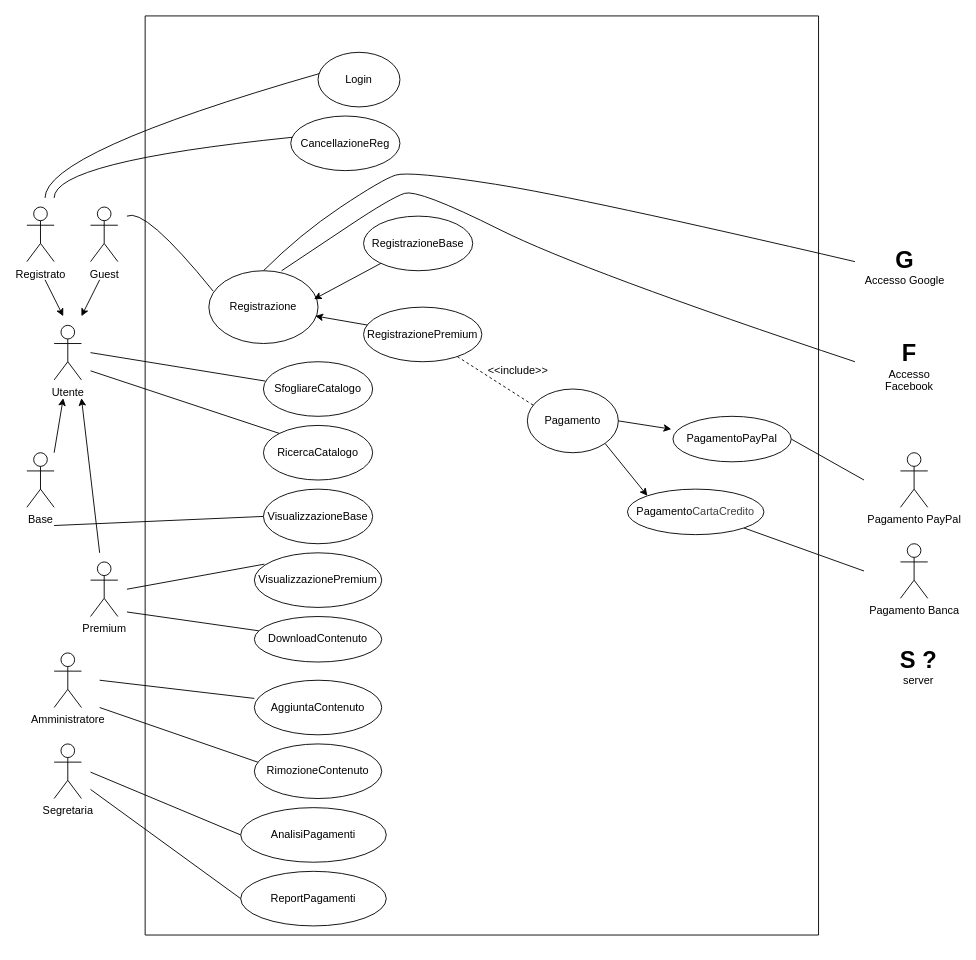
The draw.io diagram diagramma.drawio in NotUmberto/progetto_fis1, before the edit. Source tidied: cells renumbered, new cells numbered last; positions are measured from the earlier drawing's top-left corner, leaving out a move shared by most shapes. Both pictures are drawn from the tidied source at 91%, with x=0, y=0 at pixel (26, 15).
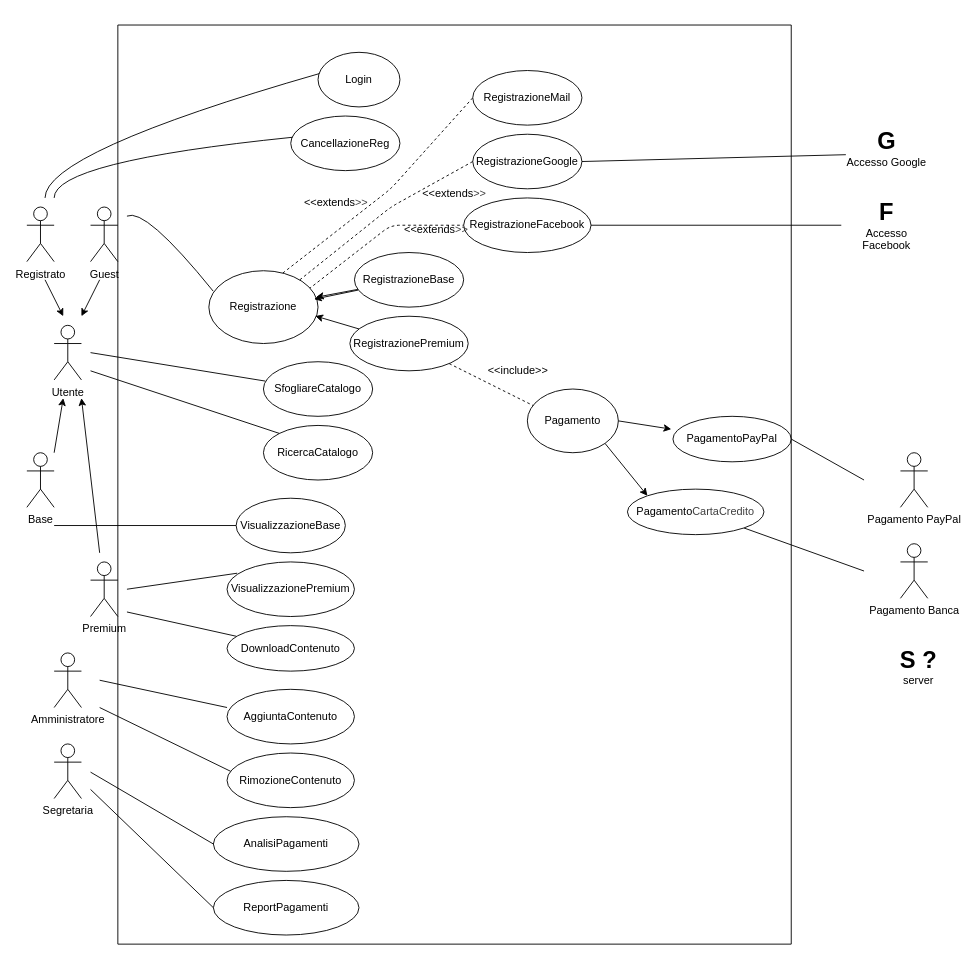
After the change.

Unchanged cells that the change refers to:
```xml
<mxCell id="15" value="Registrazione" style="ellipse;whiteSpace=wrap;html=1;shapeInside=1;" parent="1" vertex="1">
  <mxGeometry x="200" y="280" width="120" height="80" as="geometry" />
</mxCell>
```

Diff of the diagram source:
```diff
@@
+    <mxCell id="58" style="edgeStyle=none;html=1;exitX=0;exitY=0.5;exitDx=0;exitDy=0;endArrow=none;endFill=0;entryX=0.633;entryY=0.084;entryDx=0;entryDy=0;entryPerimeter=0;dashed=1;" parent="1" edge="1" source="60" target="15">
+      <mxGeometry relative="1" as="geometry">
+        <Array as="points">
+          <mxPoint x="400" y="190" />
+        </Array>
+      </mxGeometry>
+    </mxCell>
+    <mxCell id="59" style="edgeStyle=none;html=1;entryX=0;entryY=0.5;entryDx=0;entryDy=0;endArrow=none;endFill=0;dashed=1;" parent="1" edge="1" target="62">
+      <mxGeometry relative="1" as="geometry">
+        <mxPoint x="310" y="300" as="sourcePoint" />
+        <Array as="points">
+          <mxPoint x="400" y="230" />
+        </Array>
+      </mxGeometry>
+    </mxCell>
@@
-    <mxCell id="16" value="&lt;div&gt;RegistrazioneBase&lt;/div&gt;" style="ellipse;whiteSpace=wrap;html=1;shapeInside=1;" parent="1" vertex="1">
-      <mxGeometry x="370" y="220" width="120" height="60" as="geometry" />
-    </mxCell>
@@
-    <mxCell id="18" value="RegistrazionePremium" style="ellipse;whiteSpace=wrap;html=1;shapeInside=1;" parent="1" vertex="1">
-      <mxGeometry x="370" y="320" width="130" height="60" as="geometry" />
-    </mxCell>
@@
-    <mxCell id="21" style="curved=1;endArrow=none;html=1;endFill=0;exitX=0.5;exitY=0;exitDx=0;exitDy=0;" parent="1" edge="1" source="15">
-      <mxGeometry relative="1" as="geometry">
-        <mxPoint x="910" y="270" as="targetPoint" />
-        <Array as="points">
-          <mxPoint x="300" y="240" />
-          <mxPoint x="390" y="180" />
-          <mxPoint x="420" y="170" />
-          <mxPoint x="610" y="200" />
-        </Array>
-      </mxGeometry>
-    </mxCell>
-    <mxCell id="22" style="curved=1;endArrow=none;html=1;endFill=0;" parent="1" edge="1">
-      <mxGeometry relative="1" as="geometry">
-        <mxPoint x="280" y="280" as="sourcePoint" />
-        <mxPoint x="910" y="380" as="targetPoint" />
-        <Array as="points">
-          <mxPoint x="310" y="260" />
-          <mxPoint x="400" y="200" />
-          <mxPoint x="430" y="190" />
-          <mxPoint x="610" y="280" />
-        </Array>
-      </mxGeometry>
-    </mxCell>
@@
     <mxCell id="37" value="&lt;font style=&quot;font-size: 26px;&quot;&gt;&lt;b&gt;G&lt;/b&gt;&lt;/font&gt;&lt;div&gt;Accesso Google&lt;/div&gt;" style="text;html=1;whiteSpace=wrap;strokeColor=none;fillColor=none;align=center;verticalAlign=middle;rounded=0;" parent="1" vertex="1">
-      <mxGeometry x="920" y="260" width="90" height="30" as="geometry" />
+      <mxGeometry x="900" y="130" width="90" height="30" as="geometry" />
     </mxCell>
     <mxCell id="38" value="&lt;span style=&quot;font-size: 26px;&quot;&gt;&lt;b&gt;F&lt;/b&gt;&lt;/span&gt;&lt;br&gt;&lt;div&gt;Accesso Facebook&lt;/div&gt;" style="text;html=1;whiteSpace=wrap;strokeColor=none;fillColor=none;align=center;verticalAlign=middle;rounded=0;" parent="1" vertex="1">
-      <mxGeometry x="920" y="370" width="100" height="30" as="geometry" />
+      <mxGeometry x="895" y="215" width="100" height="30" as="geometry" />
     </mxCell>
@@
     <mxCell id="48" style="swimlane;startSize=0;" parent="1" vertex="1">
-      <mxGeometry x="130" width="740" height="1010" as="geometry" />
+      <mxGeometry x="100" y="10" width="740" height="1010" as="geometry" />
     </mxCell>
@@
+    <mxCell id="60" value="&lt;div&gt;RegistrazioneMail&lt;/div&gt;" style="ellipse;whiteSpace=wrap;html=1;shapeInside=1;" parent="48" vertex="1">
+      <mxGeometry x="390" y="50" width="120" height="60" as="geometry" />
+    </mxCell>
+    <mxCell id="61" value="&lt;div&gt;RegistrazioneGoogle&lt;/div&gt;" style="ellipse;whiteSpace=wrap;html=1;shapeInside=1;" parent="48" vertex="1">
+      <mxGeometry x="390" y="120" width="120" height="60" as="geometry" />
+    </mxCell>
+    <mxCell id="62" value="&lt;div&gt;RegistrazioneFacebook&lt;/div&gt;" style="ellipse;whiteSpace=wrap;html=1;shapeInside=1;" parent="48" vertex="1">
+      <mxGeometry x="380" y="190" width="140" height="60" as="geometry" />
+    </mxCell>
+    <mxCell id="16" value="&lt;div&gt;RegistrazioneBase&lt;/div&gt;" style="ellipse;whiteSpace=wrap;html=1;shapeInside=1;" parent="48" vertex="1">
+      <mxGeometry x="260" y="250" width="120" height="60" as="geometry" />
+    </mxCell>
+    <mxCell id="18" value="RegistrazionePremium" style="ellipse;whiteSpace=wrap;html=1;shapeInside=1;" parent="48" vertex="1">
+      <mxGeometry x="255" y="320" width="130" height="60" as="geometry" />
+    </mxCell>
+    <mxCell id="63" value="&amp;lt;&amp;lt;extends&lt;span style=&quot;color: rgb(63, 63, 63); background-color: transparent;&quot;&gt;&amp;gt;&amp;gt;&lt;/span&gt;" style="text;html=1;whiteSpace=wrap;strokeColor=none;fillColor=none;align=center;verticalAlign=middle;rounded=0;" parent="48" vertex="1">
+      <mxGeometry x="210" y="180" width="60" height="30" as="geometry" />
+    </mxCell>
+    <mxCell id="64" value="&amp;lt;&amp;lt;extends&lt;span style=&quot;color: rgb(63, 63, 63); background-color: transparent;&quot;&gt;&amp;gt;&amp;gt;&lt;/span&gt;" style="text;html=1;whiteSpace=wrap;strokeColor=none;fillColor=none;align=center;verticalAlign=middle;rounded=0;" parent="48" vertex="1">
+      <mxGeometry x="340" y="170" width="60" height="30" as="geometry" />
+    </mxCell>
+    <mxCell id="65" value="&amp;lt;&amp;lt;extends&lt;span style=&quot;color: rgb(63, 63, 63); background-color: transparent;&quot;&gt;&amp;gt;&amp;gt;&lt;/span&gt;" style="text;html=1;whiteSpace=wrap;strokeColor=none;fillColor=none;align=center;verticalAlign=middle;rounded=0;" parent="48" vertex="1">
+      <mxGeometry x="320" y="210" width="60" height="30" as="geometry" />
+    </mxCell>
@@
+    <mxCell id="66" style="edgeStyle=none;html=1;exitX=1;exitY=0.5;exitDx=0;exitDy=0;endArrow=none;endFill=0;" parent="1" edge="1" source="62" target="38">
+      <mxGeometry relative="1" as="geometry" />
+    </mxCell>
+    <mxCell id="67" style="edgeStyle=none;html=1;exitX=1;exitY=0.5;exitDx=0;exitDy=0;entryX=0;entryY=0.75;entryDx=0;entryDy=0;endArrow=none;endFill=0;" parent="1" edge="1" source="61" target="37">
+      <mxGeometry relative="1" as="geometry" />
+    </mxCell>
+    <mxCell id="68" style="edgeStyle=none;html=1;exitX=0;exitY=0.5;exitDx=0;exitDy=0;endArrow=none;endFill=0;dashed=1;" parent="1" edge="1" source="61">
+      <mxGeometry relative="1" as="geometry">
+        <mxPoint x="300" y="290" as="targetPoint" />
+        <Array as="points">
+          <mxPoint x="400" y="210" />
+        </Array>
+      </mxGeometry>
+    </mxCell>
+    <mxCell id="69" style="edgeStyle=none;html=1;" parent="1" edge="1" source="16" target="15">
+      <mxGeometry relative="1" as="geometry" />
+    </mxCell>
```
